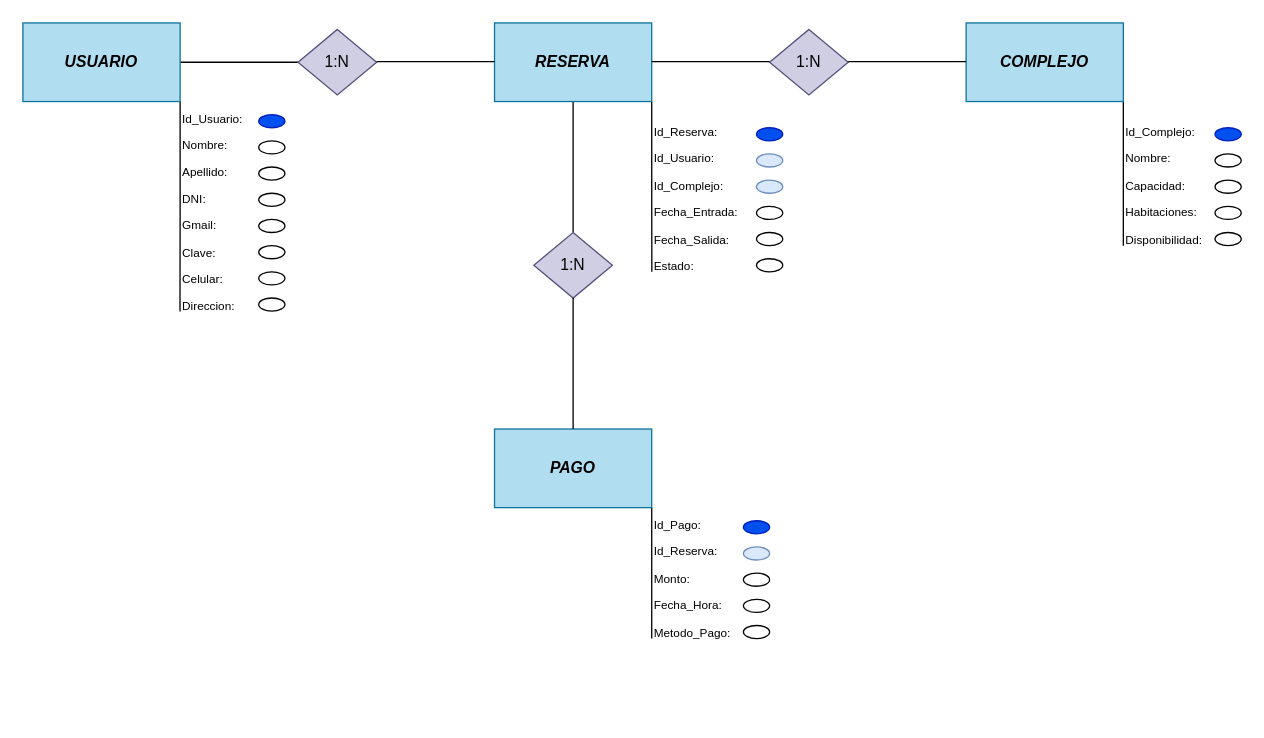
This is Diagramas ER y MER/ER_version_1.drawio from gabibenitezzz003/proyecto_complejos, a draw.io file, before an edit. Source tidied: cells renumbered, new cells numbered last; positions are measured from the earlier drawing's top-left corner, leaving out a move shared by most shapes. Both pictures are drawn from the tidied source at 131%, with x=0, y=0 at pixel (22, 22).
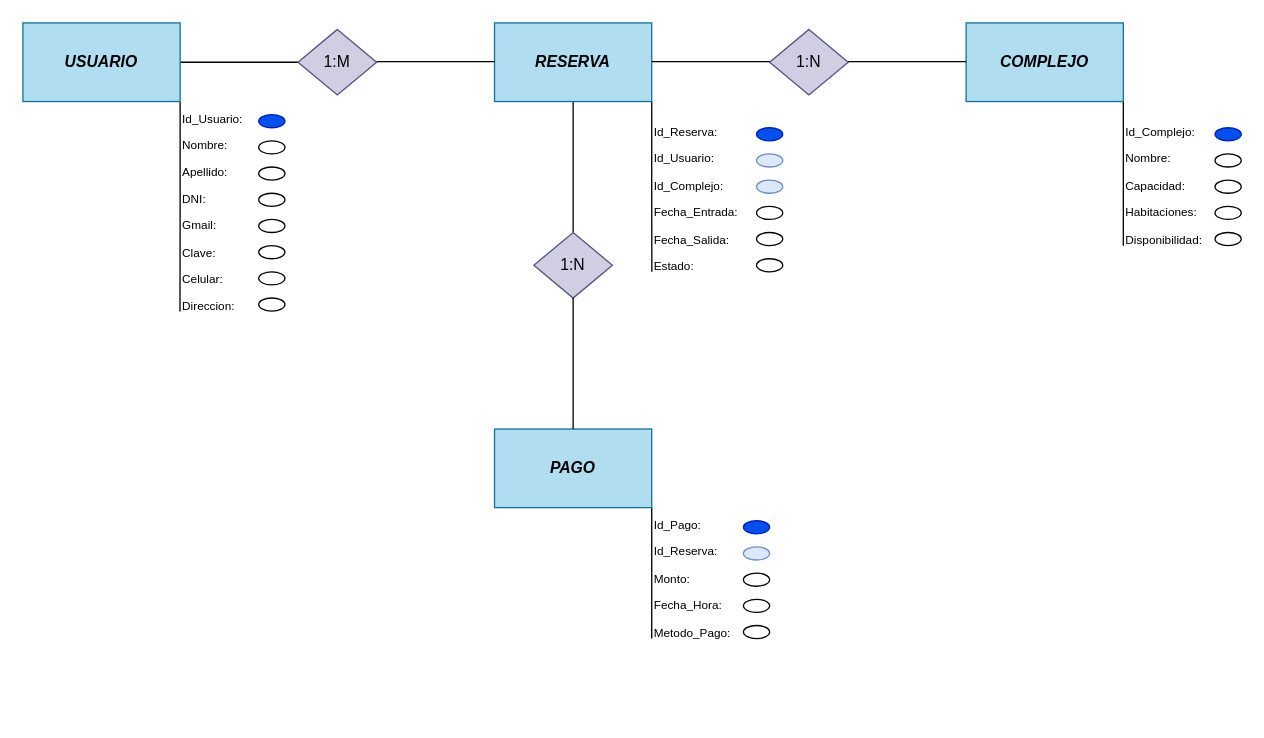
The same diagram, later.

What changed in the source:
```diff
@@
-    <mxCell id="13" value="1:N" style="rhombus;whiteSpace=wrap;html=1;fillColor=#d0cee2;strokeColor=#56517e;" parent="1" vertex="1">
+    <mxCell id="13" value="1:M" style="rhombus;whiteSpace=wrap;html=1;fillColor=#d0cee2;strokeColor=#56517e;" parent="1" vertex="1">
       <mxGeometry x="210" y="5" width="60" height="50" as="geometry" />
     </mxCell>
```
